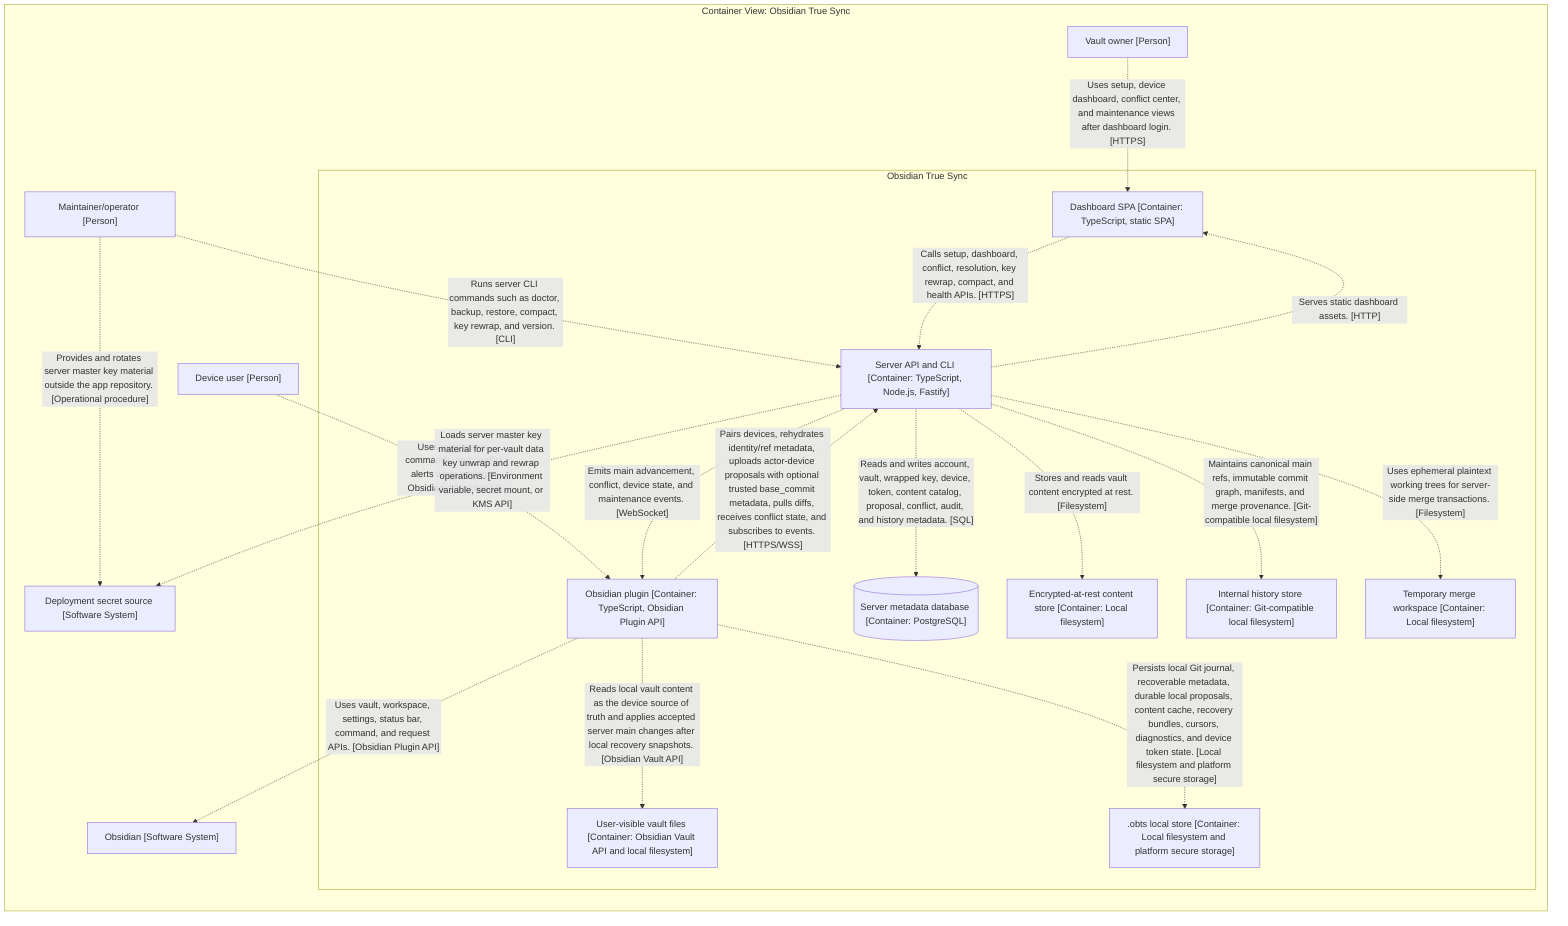
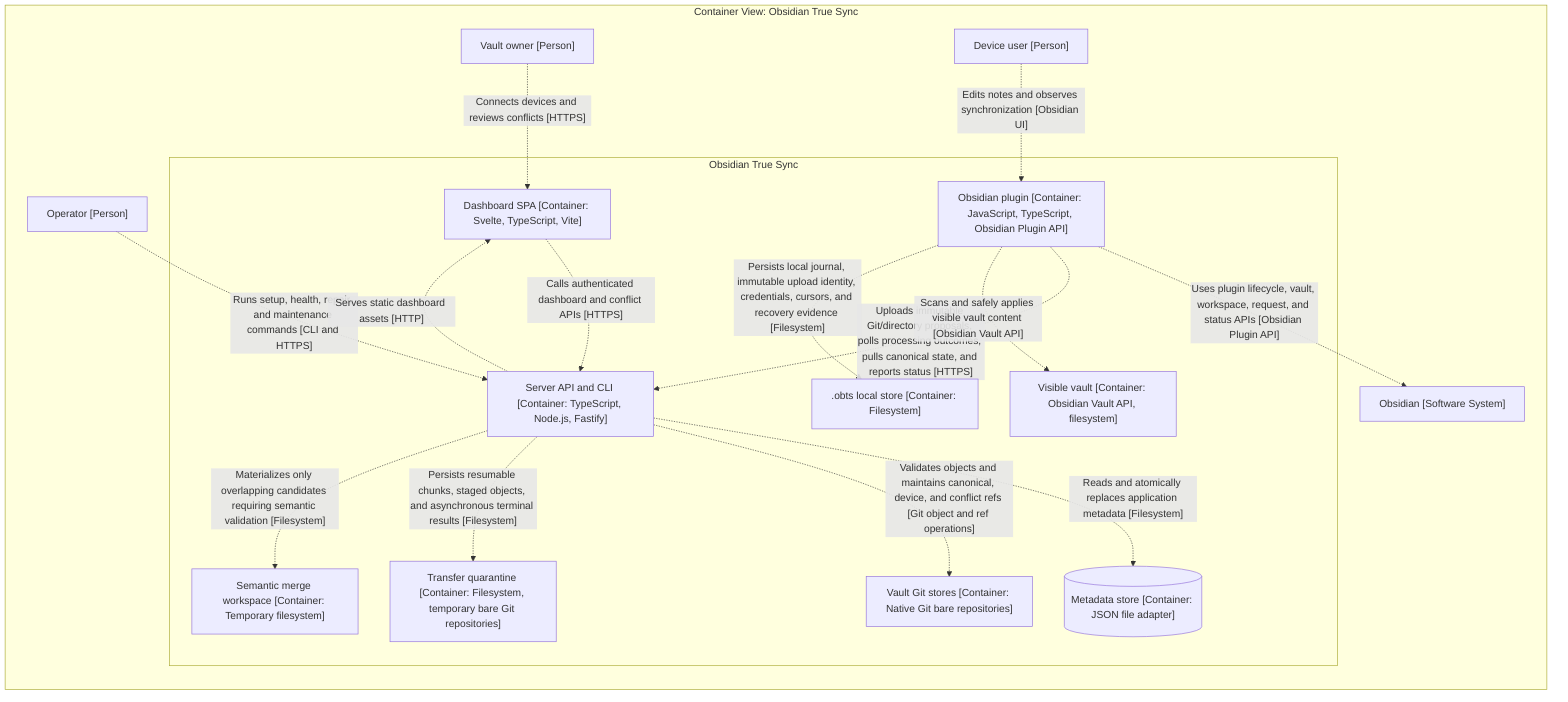
graph LR

  subgraph diagram ["Container View: Obsidian True Sync"]

    1["Vault owner [Person]"]
    2["Device user [Person]"]
-     3["Maintainer/operator [Person]"]
+     3["Operator [Person]"]
    4["Obsidian [Software System]"]
-     5["Deployment secret source [Software System]"]

-     subgraph 6 ["Obsidian True Sync"]
+     subgraph 5 ["Obsidian True Sync"]

-       23["Dashboard SPA [Container: TypeScript, static SPA]"]
-       31["Obsidian plugin [Container: TypeScript, Obsidian Plugin API]"]
-       45["User-visible vault files [Container: Obsidian Vault API and local filesystem]"]
-       46[".obts local store [Container: Local filesystem and platform secure storage]"]
-       47[("Server metadata database [Container: PostgreSQL]")]
-       48["Encrypted-at-rest content store [Container: Local filesystem]"]
-       49["Internal history store [Container: Git-compatible local filesystem]"]
-       50["Temporary merge workspace [Container: Local filesystem]"]
-       7["Server API and CLI [Container: TypeScript, Node.js, Fastify]"]
+       15["Dashboard SPA [Container: Svelte, TypeScript, Vite]"]
+       20["Server API and CLI [Container: TypeScript, Node.js, Fastify]"]
+       29["Visible vault [Container: Obsidian Vault API, filesystem]"]
+       30[".obts local store [Container: Filesystem]"]
+       31[("Metadata store [Container: JSON file adapter]")]
+       32["Vault Git stores [Container: Native Git bare repositories]"]
+       33["Transfer quarantine [Container: Filesystem, temporary bare Git repositories]"]
+       34["Semantic merge workspace [Container: Temporary filesystem]"]
+       6["Obsidian plugin [Container: JavaScript, TypeScript, Obsidian Plugin API]"]
    end

-     3-. "Runs server CLI commands such as doctor, backup, restore, compact, key rewrap, and version. [CLI]" .->7
-     3-. "Provides and rotates server master key material outside the app repository. [Operational procedure]" .->5
-     1-. "Uses setup, device dashboard, conflict center, and maintenance views after dashboard login. [HTTPS]" .->23
-     2-. "Uses sync status, commands, and conflict alerts while editing in Obsidian. [Obsidian UI]" .->31
-     7-. "Serves static dashboard assets. [HTTP]" .->23
-     23-. "Calls setup, dashboard, conflict, resolution, key rewrap, compact, and health APIs. [HTTPS]" .->7
-     31-. "Uses vault, workspace, settings, status bar, command, and request APIs. [Obsidian Plugin API]" .->4
-     31-. "Pairs devices, rehydrates identity/ref metadata, uploads actor-device proposals with optional trusted base_commit metadata, pulls diffs, receives conflict state, and subscribes to events. [HTTPS/WSS]" .->7
-     31-. "Reads local vault content as the device source of truth and applies accepted server main changes after local recovery snapshots. [Obsidian Vault API]" .->45
-     31-. "Persists local Git journal, recoverable metadata, durable local proposals, content cache, recovery bundles, cursors, diagnostics, and device token state. [Local filesystem and platform secure storage]" .->46
-     7-. "Loads server master key material for per-vault data key unwrap and rewrap operations. [Environment variable, secret mount, or KMS API]" .->5
-     7-. "Reads and writes account, vault, wrapped key, device, token, content catalog, proposal, conflict, audit, and history metadata. [SQL]" .->47
-     7-. "Stores and reads vault content encrypted at rest. [Filesystem]" .->48
-     7-. "Maintains canonical main refs, immutable commit graph, manifests, and merge provenance. [Git-compatible local filesystem]" .->49
-     7-. "Uses ephemeral plaintext working trees for server-side merge transactions. [Filesystem]" .->50
-     7-. "Emits main advancement, conflict, device state, and maintenance events. [WebSocket]" .->31
+     1-. "Connects devices and reviews conflicts [HTTPS]" .->15
+     2-. "Edits notes and observes synchronization [Obsidian UI]" .->6
+     3-. "Runs setup, health, repair, and maintenance commands [CLI and HTTPS]" .->20
+     6-. "Uses plugin lifecycle, vault, workspace, request, and status APIs [Obsidian Plugin API]" .->4
+     20-. "Serves static dashboard assets [HTTP]" .->15
+     15-. "Calls authenticated dashboard and conflict APIs [HTTPS]" .->20
+     6-. "Uploads immutable Git/directory proposals, polls processing outcomes, pulls canonical state, and reports status [HTTPS]" .->20
+     6-. "Scans and safely applies visible vault content [Obsidian Vault API]" .->29
+     6-. "Persists local journal, immutable upload identity, credentials, cursors, and recovery evidence [Filesystem]" .->30
+     20-. "Reads and atomically replaces application metadata [Filesystem]" .->31
+     20-. "Validates objects and maintains canonical, device, and conflict refs [Git object and ref operations]" .->32
+     20-. "Persists resumable chunks, staged objects, and asynchronous terminal results [Filesystem]" .->33
+     20-. "Materializes only overlapping candidates requiring semantic validation [Filesystem]" .->34

  end
